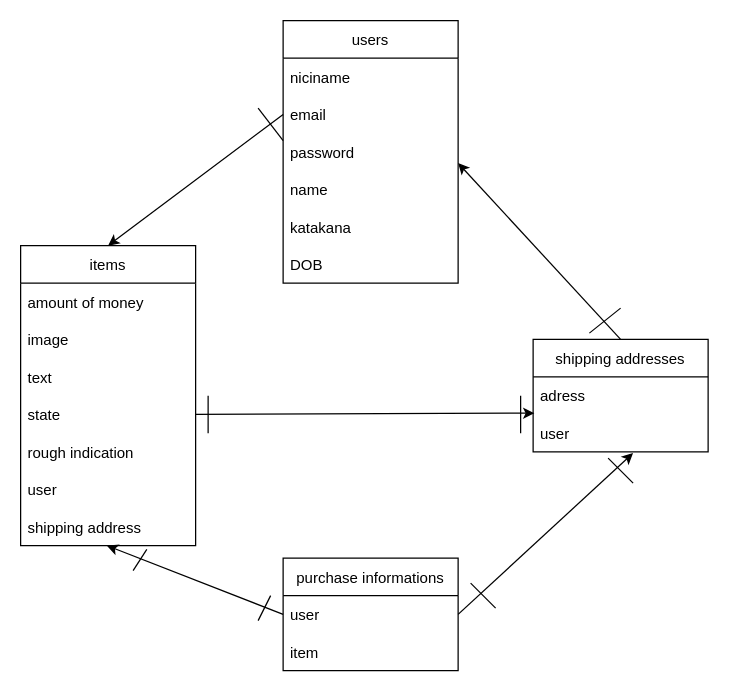
The draw.io diagram furima.dio in TKIN10/furima-38870, before the edit. Source tidied: cells renumbered, new cells numbered last; positions are measured from the earlier drawing's top-left corner, leaving out a move shared by most shapes. Both pictures are drawn from the tidied source at 125%, with x=0, y=0 at pixel (20, 20).
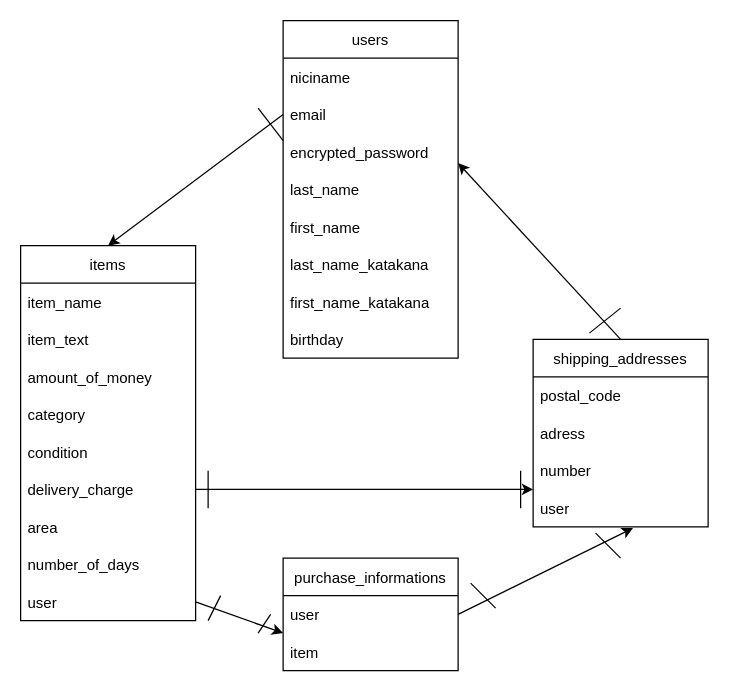
After the change.

Commit message (it also covers changes not shown here):
(再)データベース設計

Unchanged cells that the change refers to:
```xml
<mxCell id="18" value="user" style="text;strokeColor=none;fillColor=none;align=left;verticalAlign=middle;spacingLeft=4;spacingRight=4;overflow=hidden;points=[[0,0.5],[1,0.5]];portConstraint=eastwest;" parent="17" vertex="1">
  <mxGeometry y="30" width="140" height="30" as="geometry" />
</mxCell>
```

What changed in the source:
```diff
@@
     <mxCell id="2" value="users" style="swimlane;fontStyle=0;horizontal=1;startSize=30;" parent="1" vertex="1">
-      <mxGeometry x="210" width="140" height="210" as="geometry" />
+      <mxGeometry x="210" width="140" height="270" as="geometry" />
     </mxCell>
@@
-    <mxCell id="5" value="password" style="text;strokeColor=none;fillColor=none;align=left;verticalAlign=middle;spacingLeft=4;spacingRight=4;overflow=hidden;points=[[0,0.5],[1,0.5]];portConstraint=eastwest;" parent="2" vertex="1">
+    <mxCell id="5" value="encrypted_password" style="text;strokeColor=none;fillColor=none;align=left;verticalAlign=middle;spacingLeft=4;spacingRight=4;overflow=hidden;points=[[0,0.5],[1,0.5]];portConstraint=eastwest;" parent="2" vertex="1">
       <mxGeometry y="90" width="140" height="30" as="geometry" />
     </mxCell>
-    <mxCell id="6" value="name" style="text;strokeColor=none;fillColor=none;align=left;verticalAlign=middle;spacingLeft=4;spacingRight=4;overflow=hidden;" parent="2" vertex="1">
+    <mxCell id="6" value="last_name" style="text;strokeColor=none;fillColor=none;align=left;verticalAlign=middle;spacingLeft=4;spacingRight=4;overflow=hidden;" parent="2" vertex="1">
       <mxGeometry y="120" width="140" height="30" as="geometry" />
     </mxCell>
+    <mxCell id="36" value="first_name" style="text;strokeColor=none;fillColor=none;align=left;verticalAlign=middle;spacingLeft=4;spacingRight=4;overflow=hidden;" parent="2" vertex="1">
+      <mxGeometry y="150" width="140" height="30" as="geometry" />
+    </mxCell>
+    <mxCell id="37" value="last_name_katakana" style="text;strokeColor=none;fillColor=none;align=left;verticalAlign=middle;spacingLeft=4;spacingRight=4;overflow=hidden;" parent="2" vertex="1">
+      <mxGeometry y="180" width="140" height="30" as="geometry" />
+    </mxCell>
-    <mxCell id="7" value="katakana" style="text;strokeColor=none;fillColor=none;align=left;verticalAlign=middle;spacingLeft=4;spacingRight=4;overflow=hidden;" parent="2" vertex="1">
-      <mxGeometry y="150" width="140" height="30" as="geometry" />
+    <mxCell id="7" value="first_name_katakana" style="text;strokeColor=none;fillColor=none;align=left;verticalAlign=middle;spacingLeft=4;spacingRight=4;overflow=hidden;" parent="2" vertex="1">
+      <mxGeometry y="210" width="140" height="30" as="geometry" />
     </mxCell>
-    <mxCell id="8" value="DOB" style="text;strokeColor=none;fillColor=none;align=left;verticalAlign=middle;spacingLeft=4;spacingRight=4;overflow=hidden;" parent="2" vertex="1">
-      <mxGeometry y="180" width="140" height="30" as="geometry" />
+    <mxCell id="8" value="birthday" style="text;strokeColor=none;fillColor=none;align=left;verticalAlign=middle;spacingLeft=4;spacingRight=4;overflow=hidden;" parent="2" vertex="1">
+      <mxGeometry y="240" width="140" height="30" as="geometry" />
     </mxCell>
     <mxCell id="9" value="items" style="swimlane;fontStyle=0;horizontal=1;startSize=30;" parent="1" vertex="1">
-      <mxGeometry y="180" width="140" height="240" as="geometry" />
+      <mxGeometry y="180" width="140" height="300" as="geometry" />
     </mxCell>
-    <mxCell id="10" value="amount of money" style="text;strokeColor=none;fillColor=none;align=left;verticalAlign=middle;spacingLeft=4;spacingRight=4;overflow=hidden;" parent="9" vertex="1">
+    <mxCell id="10" value="item_name" style="text;strokeColor=none;fillColor=none;align=left;verticalAlign=middle;spacingLeft=4;spacingRight=4;overflow=hidden;" parent="9" vertex="1">
       <mxGeometry y="30" width="140" height="30" as="geometry" />
     </mxCell>
-    <mxCell id="11" value="image" style="text;strokeColor=none;fillColor=none;align=left;verticalAlign=middle;spacingLeft=4;spacingRight=4;overflow=hidden;" parent="9" vertex="1">
+    <mxCell id="11" value="item_text" style="text;strokeColor=none;fillColor=none;align=left;verticalAlign=middle;spacingLeft=4;spacingRight=4;overflow=hidden;" parent="9" vertex="1">
       <mxGeometry y="60" width="140" height="30" as="geometry" />
     </mxCell>
-    <mxCell id="12" value="text" style="text;strokeColor=none;fillColor=none;align=left;verticalAlign=middle;spacingLeft=4;spacingRight=4;overflow=hidden;" parent="9" vertex="1">
+    <mxCell id="12" value="amount_of_money" style="text;strokeColor=none;fillColor=none;align=left;verticalAlign=middle;spacingLeft=4;spacingRight=4;overflow=hidden;" parent="9" vertex="1">
       <mxGeometry y="90" width="140" height="30" as="geometry" />
     </mxCell>
-    <mxCell id="13" value="state" style="text;strokeColor=none;fillColor=none;align=left;verticalAlign=middle;spacingLeft=4;spacingRight=4;overflow=hidden;points=[[0,0.5],[1,0.5]];portConstraint=eastwest;" parent="9" vertex="1">
+    <mxCell id="13" value="category" style="text;strokeColor=none;fillColor=none;align=left;verticalAlign=middle;spacingLeft=4;spacingRight=4;overflow=hidden;points=[[0,0.5],[1,0.5]];portConstraint=eastwest;" parent="9" vertex="1">
       <mxGeometry y="120" width="140" height="30" as="geometry" />
     </mxCell>
-    <mxCell id="14" value="rough indication" style="text;strokeColor=none;fillColor=none;align=left;verticalAlign=middle;spacingLeft=4;spacingRight=4;overflow=hidden;" parent="9" vertex="1">
+    <mxCell id="14" value="condition" style="text;strokeColor=none;fillColor=none;align=left;verticalAlign=middle;spacingLeft=4;spacingRight=4;overflow=hidden;" parent="9" vertex="1">
       <mxGeometry y="150" width="140" height="30" as="geometry" />
     </mxCell>
-    <mxCell id="15" value="user" style="text;strokeColor=none;fillColor=none;align=left;verticalAlign=middle;spacingLeft=4;spacingRight=4;overflow=hidden;points=[[0,0.5],[1,0.5]];portConstraint=eastwest;" parent="9" vertex="1">
+    <mxCell id="15" value="delivery_charge" style="text;strokeColor=none;fillColor=none;align=left;verticalAlign=middle;spacingLeft=4;spacingRight=4;overflow=hidden;points=[[0,0.5],[1,0.5]];portConstraint=eastwest;" parent="9" vertex="1">
       <mxGeometry y="180" width="140" height="30" as="geometry" />
     </mxCell>
+    <mxCell id="38" value="area" style="text;strokeColor=none;fillColor=none;align=left;verticalAlign=middle;spacingLeft=4;spacingRight=4;overflow=hidden;" parent="9" vertex="1">
+      <mxGeometry y="210" width="140" height="30" as="geometry" />
+    </mxCell>
+    <mxCell id="39" value="number_of_days" style="text;strokeColor=none;fillColor=none;align=left;verticalAlign=middle;spacingLeft=4;spacingRight=4;overflow=hidden;" parent="9" vertex="1">
+      <mxGeometry y="240" width="140" height="30" as="geometry" />
+    </mxCell>
-    <mxCell id="16" value="shipping address" style="text;strokeColor=none;fillColor=none;align=left;verticalAlign=middle;spacingLeft=4;spacingRight=4;overflow=hidden;points=[[0,0.5],[1,0.5]];portConstraint=eastwest;" parent="9" vertex="1">
-      <mxGeometry y="210" width="140" height="30" as="geometry" />
+    <mxCell id="16" value="user" style="text;strokeColor=none;fillColor=none;align=left;verticalAlign=middle;spacingLeft=4;spacingRight=4;overflow=hidden;points=[[0,0.5],[1,0.5]];portConstraint=eastwest;" parent="9" vertex="1">
+      <mxGeometry y="270" width="140" height="30" as="geometry" />
     </mxCell>
-    <mxCell id="17" value="purchase informations" style="swimlane;fontStyle=0;horizontal=1;startSize=30;" parent="1" vertex="1">
+    <mxCell id="17" value="purchase_informations" style="swimlane;fontStyle=0;horizontal=1;startSize=30;" parent="1" vertex="1">
       <mxGeometry x="210" y="430" width="140" height="90" as="geometry" />
     </mxCell>
@@
-    <mxCell id="21" value="shipping addresses" style="swimlane;fontStyle=0;horizontal=1;startSize=30;" parent="1" vertex="1">
-      <mxGeometry x="410" y="255" width="140" height="90" as="geometry" />
+    <mxCell id="21" value="shipping_addresses" style="swimlane;fontStyle=0;horizontal=1;startSize=30;" parent="1" vertex="1">
+      <mxGeometry x="410" y="255" width="140" height="150" as="geometry" />
     </mxCell>
+    <mxCell id="40" value="postal_code" style="text;strokeColor=none;fillColor=none;align=left;verticalAlign=middle;spacingLeft=4;spacingRight=4;overflow=hidden;" parent="21" vertex="1">
+      <mxGeometry y="30" width="140" height="30" as="geometry" />
+    </mxCell>
     <mxCell id="22" value="adress" style="text;strokeColor=none;fillColor=none;align=left;verticalAlign=middle;spacingLeft=4;spacingRight=4;overflow=hidden;" parent="21" vertex="1">
-      <mxGeometry y="30" width="140" height="30" as="geometry" />
+      <mxGeometry y="60" width="140" height="30" as="geometry" />
     </mxCell>
+    <mxCell id="41" value="number" style="text;strokeColor=none;fillColor=none;align=left;verticalAlign=middle;spacingLeft=4;spacingRight=4;overflow=hidden;" parent="21" vertex="1">
+      <mxGeometry y="90" width="140" height="30" as="geometry" />
+    </mxCell>
     <mxCell id="23" value="user" style="text;strokeColor=none;fillColor=none;align=left;verticalAlign=middle;spacingLeft=4;spacingRight=4;overflow=hidden;points=[[0,0.5],[1,0.5]];portConstraint=eastwest;" parent="21" vertex="1">
-      <mxGeometry y="60" width="140" height="30" as="geometry" />
+      <mxGeometry y="120" width="140" height="30" as="geometry" />
     </mxCell>
-    <mxCell id="24" style="edgeStyle=none;html=1;exitX=0;exitY=0.5;exitDx=0;exitDy=0;entryX=0.493;entryY=1;entryDx=0;entryDy=0;entryPerimeter=0;" parent="1" edge="1" source="18" target="16">
-      <mxGeometry relative="1" as="geometry" />
-    </mxCell>
@@
-    <mxCell id="27" style="edgeStyle=none;html=1;exitX=1;exitY=0.5;exitDx=0;exitDy=0;entryX=0.007;entryY=-0.033;entryDx=0;entryDy=0;entryPerimeter=0;" parent="1" edge="1" source="13" target="23">
-      <mxGeometry relative="1" as="geometry" />
-    </mxCell>
@@
     <mxCell id="29" style="endArrow=none;html=1;" parent="1" edge="1">
       <mxGeometry relative="1" as="geometry">
-        <mxPoint x="150" y="330" as="sourcePoint" />
-        <mxPoint x="150" y="300" as="targetPoint" />
+        <mxPoint x="150" y="390" as="sourcePoint" />
+        <mxPoint x="150" y="360" as="targetPoint" />
       </mxGeometry>
     </mxCell>
     <mxCell id="30" style="endArrow=none;html=1;" parent="1" edge="1">
       <mxGeometry relative="1" as="geometry">
-        <mxPoint x="400" y="330" as="sourcePoint" />
-        <mxPoint x="400" y="300" as="targetPoint" />
+        <mxPoint x="400" y="390" as="sourcePoint" />
+        <mxPoint x="400" y="360" as="targetPoint" />
       </mxGeometry>
     </mxCell>
@@
     <mxCell id="32" style="endArrow=none;html=1;" parent="1" edge="1">
       <mxGeometry relative="1" as="geometry">
-        <mxPoint x="200" y="460" as="sourcePoint" />
-        <mxPoint x="190" y="480" as="targetPoint" />
+        <mxPoint x="200" y="475" as="sourcePoint" />
+        <mxPoint x="190" y="490" as="targetPoint" />
       </mxGeometry>
     </mxCell>
-    <mxCell id="33" style="endArrow=none;html=1;entryX=0.721;entryY=1.1;entryDx=0;entryDy=0;entryPerimeter=0;" parent="1" edge="1" target="16">
-      <mxGeometry relative="1" as="geometry">
-        <mxPoint x="90" y="440" as="sourcePoint" />
-      </mxGeometry>
-    </mxCell>
     <mxCell id="34" style="endArrow=none;html=1;" parent="1" edge="1">
       <mxGeometry relative="1" as="geometry">
-        <mxPoint x="470" y="350" as="sourcePoint" />
-        <mxPoint x="490" y="370" as="targetPoint" />
+        <mxPoint x="460" y="410" as="sourcePoint" />
+        <mxPoint x="480" y="430" as="targetPoint" />
       </mxGeometry>
     </mxCell>
@@
+    <mxCell id="42" style="edgeStyle=none;html=1;exitX=1;exitY=0.5;exitDx=0;exitDy=0;entryX=0;entryY=0;entryDx=0;entryDy=0;entryPerimeter=0;" parent="1" edge="1" source="15" target="23">
+      <mxGeometry relative="1" as="geometry" />
+    </mxCell>
+    <mxCell id="43" style="edgeStyle=none;html=1;exitX=1;exitY=0.5;exitDx=0;exitDy=0;" parent="1" edge="1" source="16">
+      <mxGeometry relative="1" as="geometry">
+        <mxPoint x="210" y="490" as="targetPoint" />
+      </mxGeometry>
+    </mxCell>
+    <mxCell id="44" style="endArrow=none;html=1;" parent="1" edge="1">
+      <mxGeometry relative="1" as="geometry">
+        <mxPoint x="150" y="480" as="sourcePoint" />
+        <mxPoint x="160" y="460" as="targetPoint" />
+      </mxGeometry>
+    </mxCell>
```
